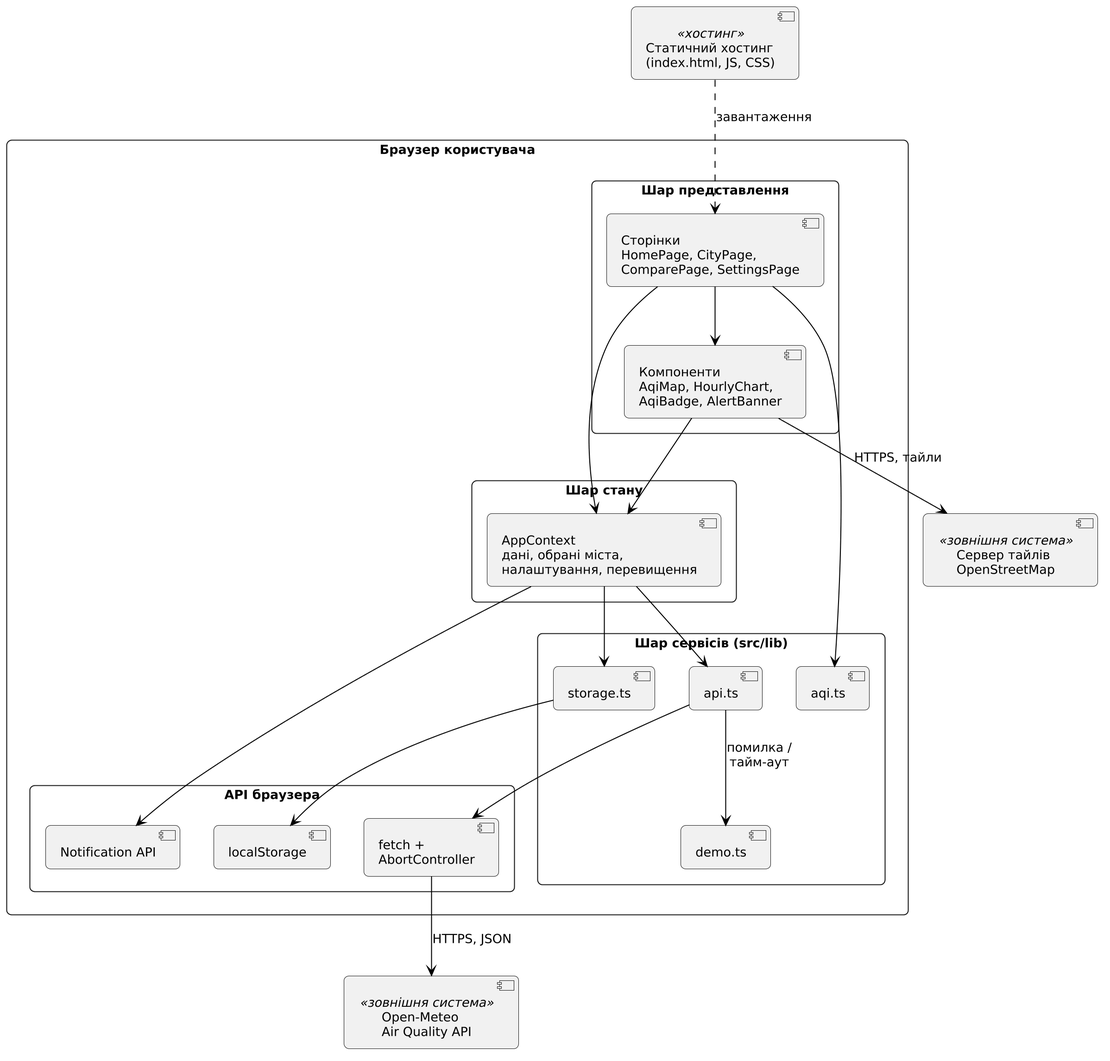
Before: docs/uml/puml_02_architecture.png, a diagram exported from PlantUML (sev4ikSF4ik/aqi-monitor).
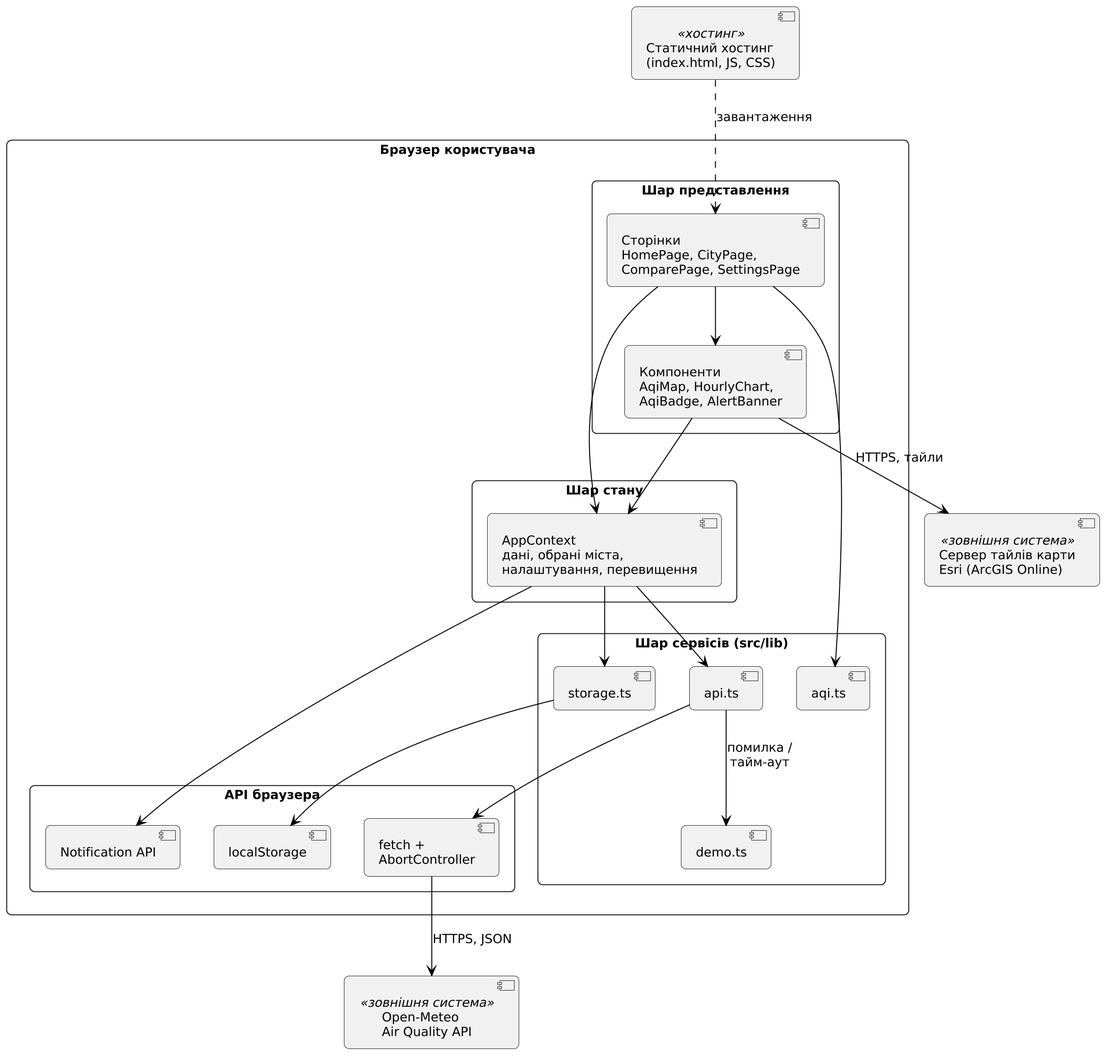
After the change.

Commit message:
Docs: architecture diagram shows the Esri tile service

The edit, as a diff of the source:
```diff
@@ -37,7 +37,7 @@
 }
 
 component "Open-Meteo\nAir Quality API" as OM <<зовнішня система>>
-component "Сервер тайлів\nOpenStreetMap" as OSM <<зовнішня система>>
+component "Сервер тайлів карти\nEsri (ArcGIS Online)" as OSM <<зовнішня система>>
 component "Статичний хостинг\n(index.html, JS, CSS)" as Host <<хостинг>>
 
 Host ..> Pages : завантаження
```
